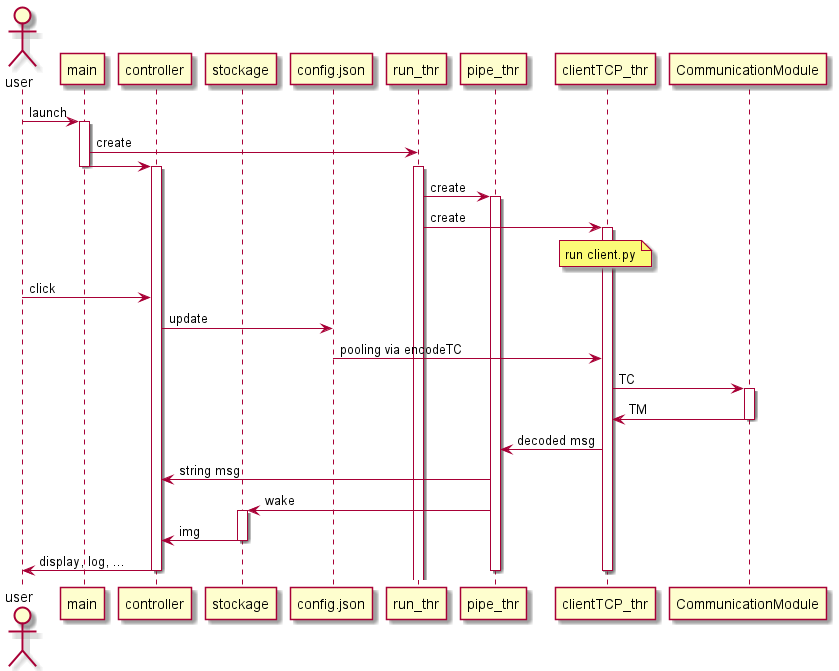
The PlantUML diagram out/plantuml/A-Eye_Controller/A-Eye_Controller sequence diagram.png in GuilhemROLLAND/A-Eye_Documentation, before a commit.
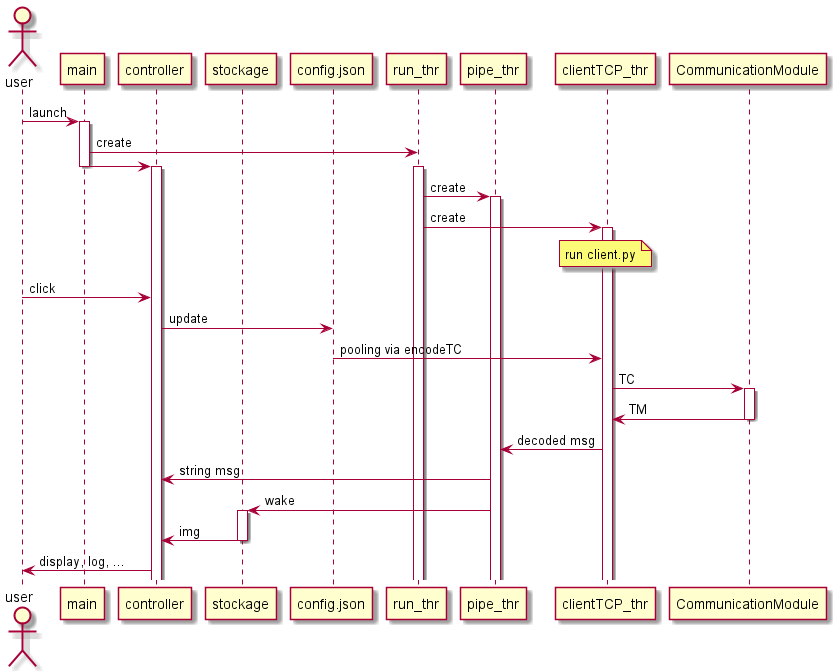
Above is the later version.

Commit message:
threads don't stop

Diff of the diagram source:
```diff
@@ -8,6 +8,7 @@
 participant pipe_thr
 participant clientTCP_thr
 participant CommunicationModule
+
 user -> main : launch
 activate main
 main -> run_thr : create
@@ -35,7 +36,4 @@
 deactivate stockage
 controller -> user : display, log, ...
 
-deactivate controller
-deactivate clientTCP_thr
-deactivate pipe_thr
 @enduml
```
